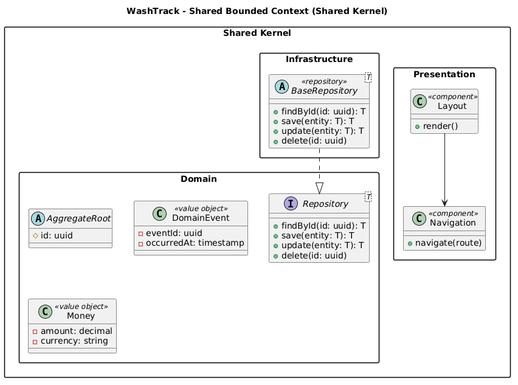
Earlier version of the PlantUML export assets/img/Chapter4/class-diagram-shared-kernel.png (1ASI0730-2620-16129-G2-DevTech/DevTechReport-16129-G2). The source it was exported from:
```plantuml
@startuml
title WashTrack - Shared Bounded Context (Shared Kernel)
skinparam packageStyle rectangle

package "Shared Kernel" {
  package "Domain" {
    abstract class AggregateRoot {
      #id: uuid
    }
    interface Repository<T> {
      +findById(id: uuid): T
      +save(entity: T): T
      +update(entity: T): T
      +delete(id: uuid)
    }
    class DomainEvent <<value object>> {
      -eventId: uuid
      -occurredAt: timestamp
    }
    class Money <<value object>> {
      -amount: decimal
      -currency: string
    }
  }
  package "Infrastructure" {
    abstract class BaseRepository<T> <<repository>> {
      +findById(id: uuid): T
      +save(entity: T): T
      +update(entity: T): T
      +delete(id: uuid)
    }
    BaseRepository ..|> Repository
  }
  package "Presentation" {
    class Layout <<component>> {
      +render()
    }
    class Navigation <<component>> {
      +navigate(route)
    }
  }
}

Layout --> Navigation
@enduml
```
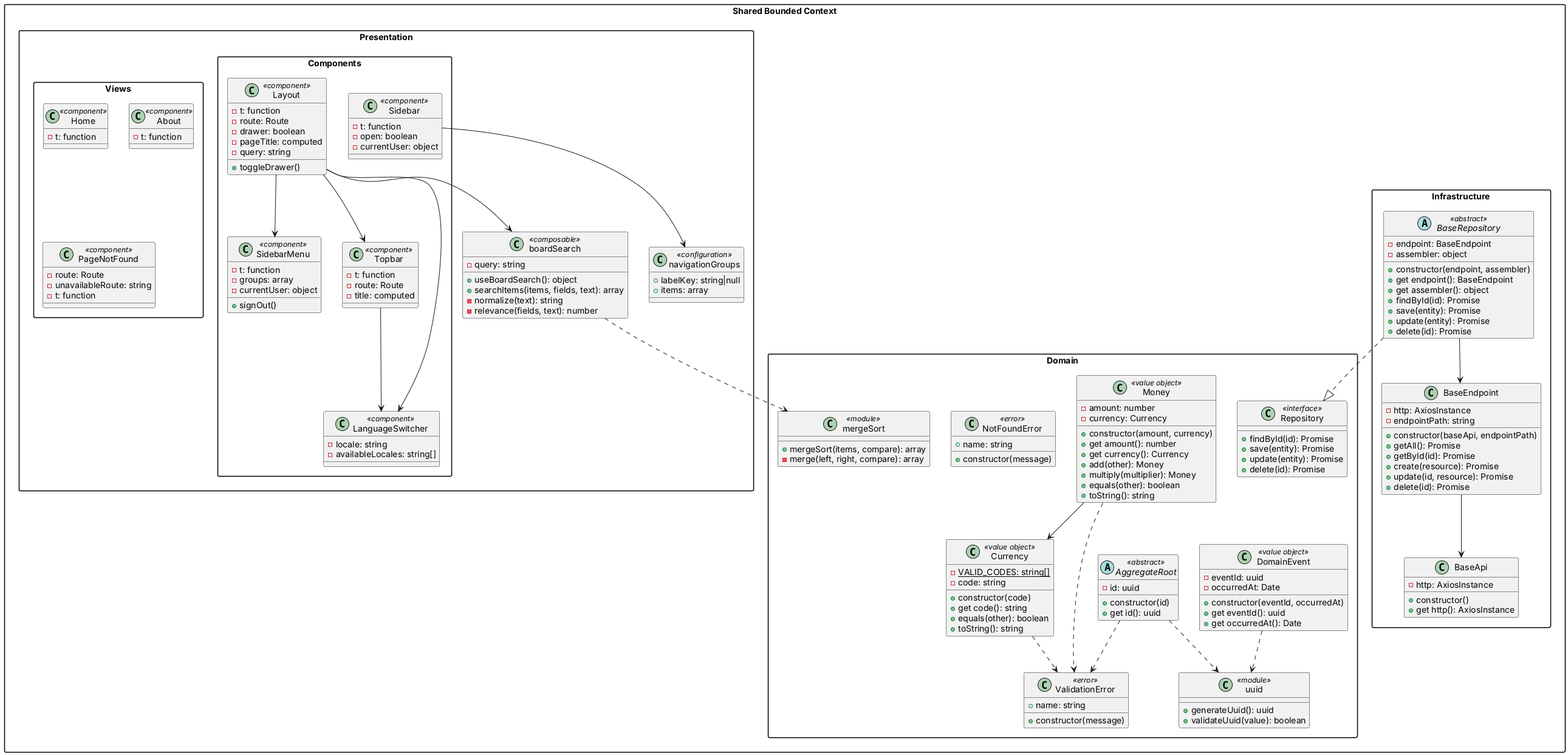
After the commit.

The edit, as a diff of the source:
```diff
@@ -1,45 +1,185 @@
 @startuml
-title WashTrack - Shared Bounded Context (Shared Kernel)
 skinparam packageStyle rectangle
 
-package "Shared Kernel" {
-  package "Domain" {
-    abstract class AggregateRoot {
-      #id: uuid
+package "Shared Bounded Context" as shared {
+    package "Domain" as shared_domain {
+        abstract class AggregateRoot <<abstract>> {
+            - id: uuid
+            + constructor(id)
+            + get id(): uuid
+        }
+
+        class Repository <<interface>> {
+            + findById(id): Promise
+            + save(entity): Promise
+            + update(entity): Promise
+            + delete(id): Promise
+        }
+
+        class DomainEvent <<value object>> {
+            - eventId: uuid
+            - occurredAt: Date
+            + constructor(eventId, occurredAt)
+            + get eventId(): uuid
+            + get occurredAt(): Date
+        }
+
+        class Money <<value object>> {
+            - amount: number
+            - currency: Currency
+            + constructor(amount, currency)
+            + get amount(): number
+            + get currency(): Currency
+            + add(other): Money
+            + multiply(multiplier): Money
+            + equals(other): boolean
+            + toString(): string
+        }
+
+        class Currency <<value object>> {
+            - {static} VALID_CODES: string[]
+            - code: string
+            + constructor(code)
+            + get code(): string
+            + equals(other): boolean
+            + toString(): string
+        }
+
+        class ValidationError <<error>> {
+            + name: string
+            + constructor(message)
+        }
+
+        class NotFoundError <<error>> {
+            + name: string
+            + constructor(message)
+        }
+
+        class uuid <<module>> {
+            + generateUuid(): uuid
+            + validateUuid(value): boolean
+        }
+
+        class mergeSort <<module>> {
+            + mergeSort(items, compare): array
+            - merge(left, right, compare): array
+        }
+
+        Money --> Currency
+        AggregateRoot ..> uuid
+        AggregateRoot ..> ValidationError
+        DomainEvent ..> uuid
+        Money ..> ValidationError
+        Currency ..> ValidationError
     }
-    interface Repository<T> {
-      +findById(id: uuid): T
-      +save(entity: T): T
-      +update(entity: T): T
-      +delete(id: uuid)
+
+    package "Infrastructure" as shared_infrastructure {
+        class BaseApi {
+            - http: AxiosInstance
+            + constructor()
+            + get http(): AxiosInstance
+        }
+
+        class BaseEndpoint {
+            - http: AxiosInstance
+            - endpointPath: string
+            + constructor(baseApi, endpointPath)
+            + getAll(): Promise
+            + getById(id): Promise
+            + create(resource): Promise
+            + update(id, resource): Promise
+            + delete(id): Promise
+        }
+
+        abstract class BaseRepository <<abstract>> {
+            - endpoint: BaseEndpoint
+            - assembler: object
+            + constructor(endpoint, assembler)
+            + get endpoint(): BaseEndpoint
+            + get assembler(): object
+            + findById(id): Promise
+            + save(entity): Promise
+            + update(entity): Promise
+            + delete(id): Promise
+        }
+
+        BaseEndpoint --> BaseApi
+        BaseRepository --> BaseEndpoint
+        BaseRepository ..|> Repository
     }
-    class DomainEvent <<value object>> {
-      -eventId: uuid
-      -occurredAt: timestamp
+
+    package "Presentation" as shared_presentation {
+        package "Components" as shared_components {
+            class Layout <<component>> {
+                - t: function
+                - route: Route
+                - drawer: boolean
+                - pageTitle: computed
+                - query: string
+                + toggleDrawer()
+            }
+
+            class SidebarMenu <<component>> {
+                - t: function
+                - groups: array
+                - currentUser: object
+                + signOut()
+            }
+
+            class Sidebar <<component>> {
+                - t: function
+                - open: boolean
+                - currentUser: object
+            }
+
+            class Topbar <<component>> {
+                - t: function
+                - route: Route
+                - title: computed
+            }
+
+            class LanguageSwitcher <<component>> {
+                - locale: string
+                - availableLocales: string[]
+            }
+        }
+
+        package "Views" as shared_views {
+            class Home <<component>> {
+                - t: function
+            }
+
+            class About <<component>> {
+                - t: function
+            }
+
+            class PageNotFound <<component>> {
+                - route: Route
+                - unavailableRoute: string
+                - t: function
+            }
+        }
+
+        class navigationGroups <<configuration>> {
+            + labelKey: string|null
+            + items: array
+        }
+
+        class boardSearch <<composable>> {
+            - query: string
+            + useBoardSearch(): object
+            + searchItems(items, fields, text): array
+            - normalize(text): string
+            - relevance(fields, text): number
+        }
+
+        Layout --> SidebarMenu
+        Layout --> Topbar
+        Layout --> LanguageSwitcher
+        Layout --> boardSearch
+        Topbar --> LanguageSwitcher
+        Sidebar --> navigationGroups
+        boardSearch ..> mergeSort
     }
-    class Money <<value object>> {
-      -amount: decimal
-      -currency: string
-    }
-  }
-  package "Infrastructure" {
-    abstract class BaseRepository<T> <<repository>> {
-      +findById(id: uuid): T
-      +save(entity: T): T
-      +update(entity: T): T
-      +delete(id: uuid)
-    }
-    BaseRepository ..|> Repository
-  }
-  package "Presentation" {
-    class Layout <<component>> {
-      +render()
-    }
-    class Navigation <<component>> {
-      +navigate(route)
-    }
-  }
 }
-
-Layout --> Navigation
 @enduml
```
